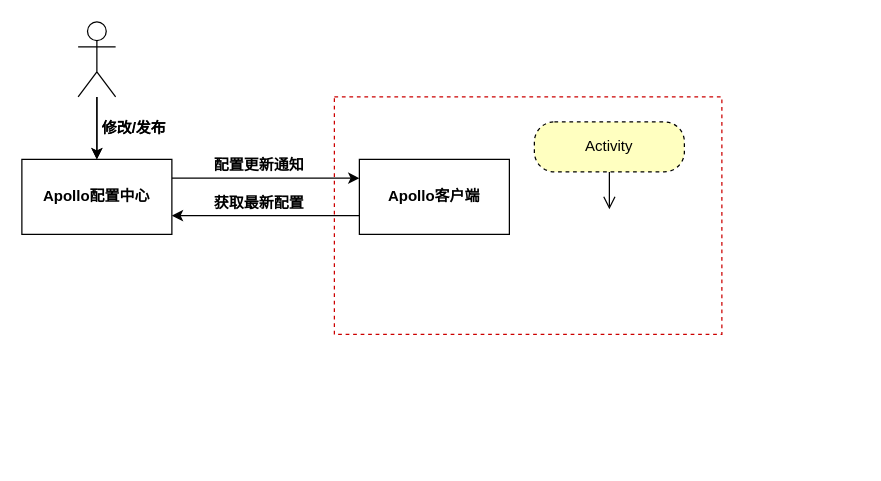
Before: 实时配置项热加载.drawio in mineminemine123/work-wiki, a draw.io diagram. Source tidied: cells renumbered, new cells numbered last; positions are measured from the earlier drawing's top-left corner, leaving out a move shared by most shapes. Both pictures are drawn from the tidied source at 125%, with x=0, y=0 at pixel (21, 21).
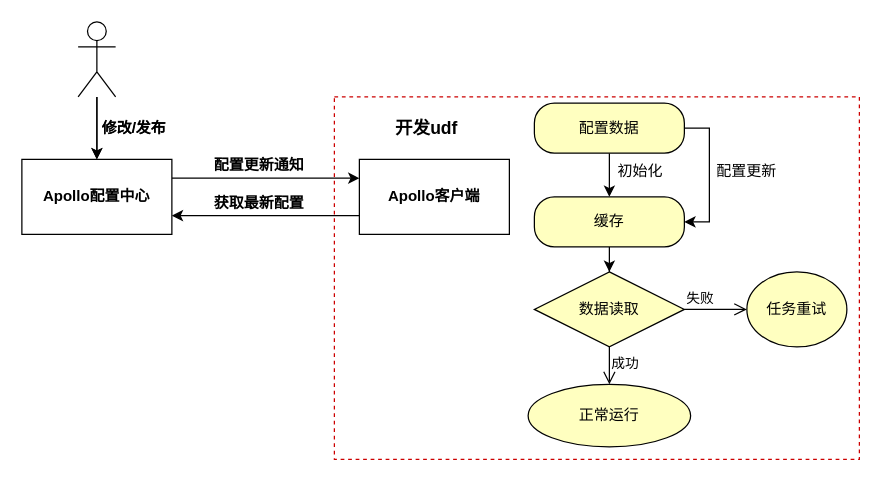
The same page after the edit.

Commit message:
更新实时配置项热加载.drawio

The edit, as a diff of the source:
```diff
@@
     <mxCell id="2" style="rounded=0;whiteSpace=wrap;html=1;dashed=1;strokeColor=#CC0000;" parent="1" vertex="1">
-      <mxGeometry x="250" y="60" width="310" height="190" as="geometry" />
+      <mxGeometry x="250" y="60" width="420" height="290" as="geometry" />
     </mxCell>
@@
+    <mxCell id="16" style="edgeStyle=orthogonalEdgeStyle;rounded=0;jettySize=auto;html=1;exitX=0.5;exitY=1;exitDx=0;exitDy=0;strokeColor=#000000;" parent="1" edge="1" source="14" target="19">
+      <mxGeometry relative="1" as="geometry" />
+    </mxCell>
+    <mxCell id="17" style="edgeStyle=orthogonalEdgeStyle;rounded=0;jettySize=auto;html=1;exitX=1;exitY=0.5;exitDx=0;exitDy=0;entryX=1;entryY=0.5;entryDx=0;entryDy=0;strokeColor=#000000;" parent="1" edge="1" source="14" target="19">
+      <mxGeometry relative="1" as="geometry" />
+    </mxCell>
-    <mxCell id="14" value="Activity" style="rounded=1;whiteSpace=wrap;html=1;arcSize=40;fontColor=#000000;fillColor=#ffffc0;strokeColor=#000000;dashed=1;" parent="1" vertex="1">
-      <mxGeometry x="410" y="80" width="120" height="40" as="geometry" />
+    <mxCell id="14" value="配置数据" style="rounded=1;whiteSpace=wrap;html=1;arcSize=40;fontColor=#000000;fillColor=#ffffc0;strokeColor=#000000;" parent="1" vertex="1">
+      <mxGeometry x="410" y="65" width="120" height="40" as="geometry" />
     </mxCell>
-    <mxCell id="15" style="edgeStyle=orthogonalEdgeStyle;html=1;verticalAlign=bottom;endArrow=open;endSize=8;strokeColor=#000000;rounded=0;" parent="1" edge="1" source="14">
-      <mxGeometry relative="1" as="geometry">
-        <mxPoint x="470" y="150" as="targetPoint" />
-      </mxGeometry>
-    </mxCell>
+    <mxCell id="18" style="edgeStyle=orthogonalEdgeStyle;rounded=0;jettySize=auto;html=1;exitX=0.5;exitY=1;exitDx=0;exitDy=0;strokeColor=#000000;" parent="1" edge="1" source="19" target="20">
+      <mxGeometry relative="1" as="geometry" />
+    </mxCell>
+    <mxCell id="19" value="缓存" style="rounded=1;whiteSpace=wrap;html=1;arcSize=40;fontColor=#000000;fillColor=#ffffc0;strokeColor=#000000;" parent="1" vertex="1">
+      <mxGeometry x="410" y="140" width="120" height="40" as="geometry" />
+    </mxCell>
+    <mxCell id="20" value="数据读取" style="rhombus;whiteSpace=wrap;html=1;fillColor=#ffffc0;strokeColor=#000000;" parent="1" vertex="1">
+      <mxGeometry x="410" y="200" width="120" height="60" as="geometry" />
+    </mxCell>
+    <mxCell id="21" value="失败" style="edgeStyle=orthogonalEdgeStyle;html=1;align=left;verticalAlign=bottom;endArrow=open;endSize=8;strokeColor=#000000;rounded=0;" parent="1" edge="1" source="20">
+      <mxGeometry x="-1" relative="1" as="geometry">
+        <mxPoint x="580" y="230" as="targetPoint" />
+        <Array as="points">
+          <mxPoint x="570" y="230" />
+        </Array>
+      </mxGeometry>
+    </mxCell>
+    <mxCell id="22" value="成功" style="edgeStyle=orthogonalEdgeStyle;html=1;align=left;verticalAlign=top;endArrow=open;endSize=8;strokeColor=#000000;rounded=0;entryX=0.5;entryY=0;entryDx=0;entryDy=0;" parent="1" edge="1" source="20" target="23">
+      <mxGeometry x="-1" relative="1" as="geometry" />
+    </mxCell>
+    <mxCell id="23" value="正常运行" style="ellipse;whiteSpace=wrap;html=1;strokeColor=#000000;fillColor=#FFFFC0;" parent="1" vertex="1">
+      <mxGeometry x="405" y="290" width="130" height="50" as="geometry" />
+    </mxCell>
+    <mxCell id="24" value="任务重试" style="ellipse;whiteSpace=wrap;html=1;strokeColor=#000000;fillColor=#FFFFC0;" parent="1" vertex="1">
+      <mxGeometry x="580" y="200" width="80" height="60" as="geometry" />
+    </mxCell>
+    <mxCell id="25" value="&lt;h3&gt;开发udf&lt;/h3&gt;" style="text;html=1;strokeColor=none;fillColor=none;align=center;verticalAlign=middle;whiteSpace=wrap;rounded=0;" parent="1" vertex="1">
+      <mxGeometry x="294" y="70" width="60" height="30" as="geometry" />
+    </mxCell>
+    <mxCell id="26" value="配置更新" style="text;html=1;strokeColor=none;fillColor=none;align=center;verticalAlign=middle;whiteSpace=wrap;rounded=0;" parent="1" vertex="1">
+      <mxGeometry x="540" y="105" width="80" height="30" as="geometry" />
+    </mxCell>
+    <mxCell id="27" value="初始化" style="text;html=1;strokeColor=none;fillColor=none;align=center;verticalAlign=middle;whiteSpace=wrap;rounded=0;" parent="1" vertex="1">
+      <mxGeometry x="455" y="105" width="80" height="30" as="geometry" />
+    </mxCell>
```
